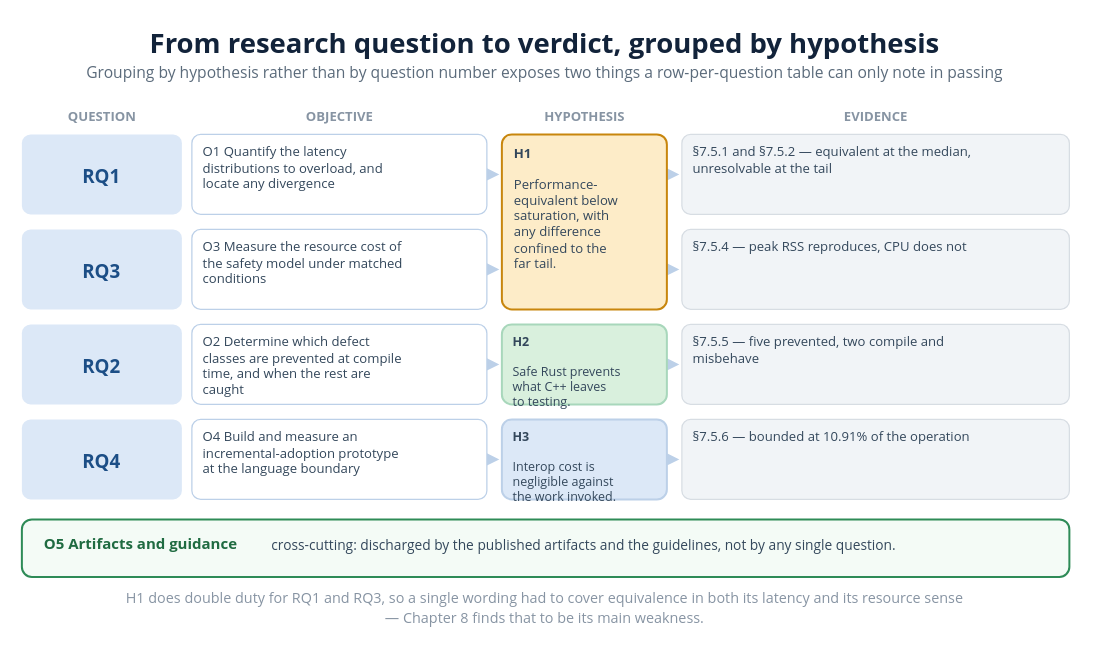
VienThanh12/Master-Thesis keeps this draw.io diagram as diagrams/22_traceability_map.drawio. Above is the earlier version. Source tidied: cells renumbered, new cells numbered last; positions are measured from the earlier drawing's top-left corner, leaving out a move shared by most shapes. Both pictures are drawn from the tidied source at 125%, with x=0, y=0 at pixel (21, 20).
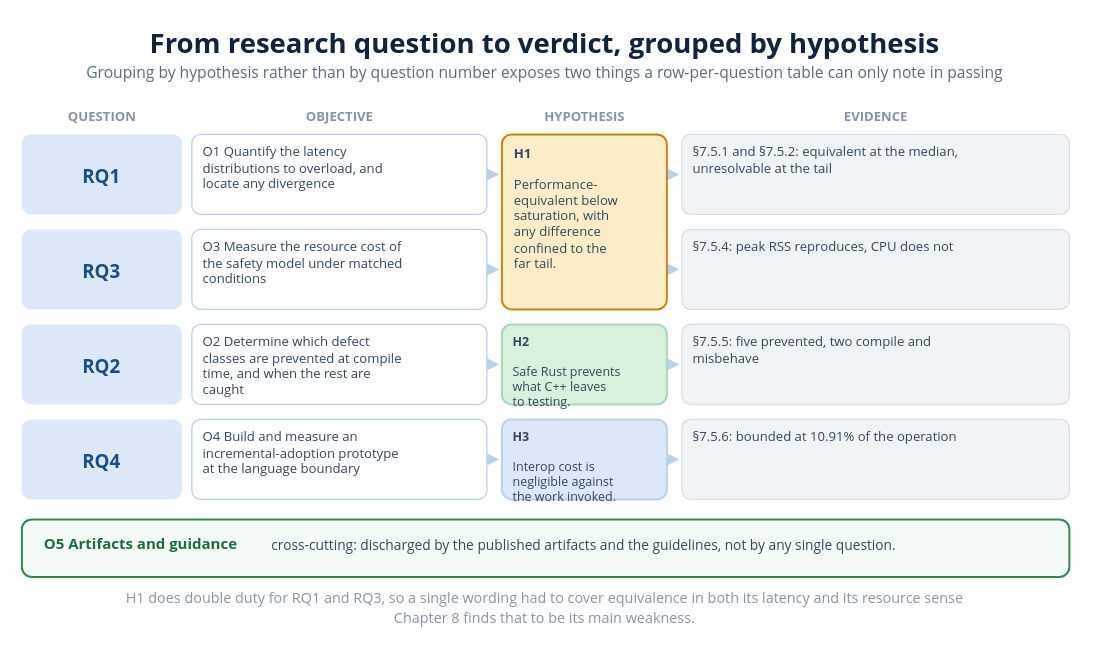
The same page after the edit.

Diff of the diagram source:
```diff
@@
-    <mxCell id="10" value="§7.5.1 and §7.5.2 — equivalent at the median,&lt;br&gt;unresolvable at the tail" style="rounded=1;whiteSpace=wrap;html=1;absoluteArcSize=1;arcSize=14;fillColor=#f1f4f7;strokeColor=#d7dde3;strokeWidth=1.0;align=left;verticalAlign=top;spacingLeft=7;spacingTop=1;spacingRight=6;fontSize=10.5;fontColor=#33475b;fontFamily=Segoe UI;" parent="1" vertex="1">
+    <mxCell id="10" value="§7.5.1 and §7.5.2: equivalent at the median,&lt;br&gt;unresolvable at the tail" style="rounded=1;whiteSpace=wrap;html=1;absoluteArcSize=1;arcSize=14;fillColor=#f1f4f7;strokeColor=#d7dde3;strokeWidth=1.0;align=left;verticalAlign=top;spacingLeft=7;spacingTop=1;spacingRight=6;fontSize=10.5;fontColor=#33475b;fontFamily=Segoe UI;" parent="1" vertex="1">
       <mxGeometry x="528" y="91" width="310" height="64" as="geometry" />
     </mxCell>
@@
-    <mxCell id="15" value="§7.5.4 — peak RSS reproduces, CPU does not" style="rounded=1;whiteSpace=wrap;html=1;absoluteArcSize=1;arcSize=14;fillColor=#f1f4f7;strokeColor=#d7dde3;strokeWidth=1.0;align=left;verticalAlign=top;spacingLeft=7;spacingTop=1;spacingRight=6;fontSize=10.5;fontColor=#33475b;fontFamily=Segoe UI;" parent="1" vertex="1">
+    <mxCell id="15" value="§7.5.4: peak RSS reproduces, CPU does not" style="rounded=1;whiteSpace=wrap;html=1;absoluteArcSize=1;arcSize=14;fillColor=#f1f4f7;strokeColor=#d7dde3;strokeWidth=1.0;align=left;verticalAlign=top;spacingLeft=7;spacingTop=1;spacingRight=6;fontSize=10.5;fontColor=#33475b;fontFamily=Segoe UI;" parent="1" vertex="1">
       <mxGeometry x="528" y="167" width="310" height="64" as="geometry" />
     </mxCell>
@@
-    <mxCell id="20" value="§7.5.5 — five prevented, two compile and&lt;br&gt;misbehave" style="rounded=1;whiteSpace=wrap;html=1;absoluteArcSize=1;arcSize=14;fillColor=#f1f4f7;strokeColor=#d7dde3;strokeWidth=1.0;align=left;verticalAlign=top;spacingLeft=7;spacingTop=1;spacingRight=6;fontSize=10.5;fontColor=#33475b;fontFamily=Segoe UI;" parent="1" vertex="1">
+    <mxCell id="20" value="§7.5.5: five prevented, two compile and&lt;br&gt;misbehave" style="rounded=1;whiteSpace=wrap;html=1;absoluteArcSize=1;arcSize=14;fillColor=#f1f4f7;strokeColor=#d7dde3;strokeWidth=1.0;align=left;verticalAlign=top;spacingLeft=7;spacingTop=1;spacingRight=6;fontSize=10.5;fontColor=#33475b;fontFamily=Segoe UI;" parent="1" vertex="1">
       <mxGeometry x="528" y="243" width="310" height="64" as="geometry" />
     </mxCell>
@@
-    <mxCell id="25" value="§7.5.6 — bounded at 10.91% of the operation" style="rounded=1;whiteSpace=wrap;html=1;absoluteArcSize=1;arcSize=14;fillColor=#f1f4f7;strokeColor=#d7dde3;strokeWidth=1.0;align=left;verticalAlign=top;spacingLeft=7;spacingTop=1;spacingRight=6;fontSize=10.5;fontColor=#33475b;fontFamily=Segoe UI;" parent="1" vertex="1">
+    <mxCell id="25" value="§7.5.6: bounded at 10.91% of the operation" style="rounded=1;whiteSpace=wrap;html=1;absoluteArcSize=1;arcSize=14;fillColor=#f1f4f7;strokeColor=#d7dde3;strokeWidth=1.0;align=left;verticalAlign=top;spacingLeft=7;spacingTop=1;spacingRight=6;fontSize=10.5;fontColor=#33475b;fontFamily=Segoe UI;" parent="1" vertex="1">
       <mxGeometry x="528" y="319" width="310" height="64" as="geometry" />
     </mxCell>
@@
-    <mxCell id="35" value="— Chapter 8 finds that to be its main weakness." style="text;html=1;strokeColor=none;fillColor=none;whiteSpace=nowrap;align=center;verticalAlign=middle;fontSize=11.5;fontColor=#8794a3;fontFamily=Segoe UI;" parent="1" vertex="1">
-      <mxGeometry x="270.7" y="468.1" width="294.6" height="17.2" as="geometry" />
+    <mxCell id="35" value="Chapter 8 finds that to be its main weakness." style="text;html=1;strokeColor=none;fillColor=none;whiteSpace=nowrap;align=center;verticalAlign=middle;fontSize=11.5;fontColor=#8794a3;fontFamily=Segoe UI;" parent="1" vertex="1">
+      <mxGeometry x="277" y="468.1" width="282" height="17.2" as="geometry" />
     </mxCell>
```
